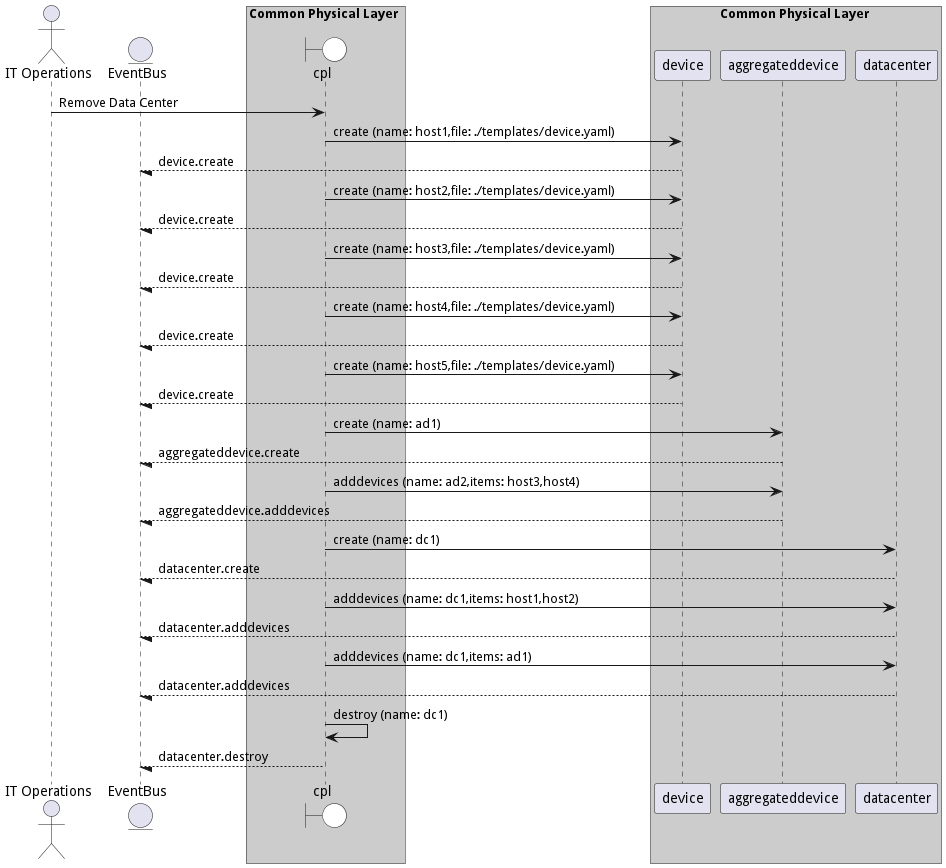
The PlantUML diagram docs/edgemere/cpl/usecases/managedatacenter/RemoveDataCenter.png in madajaju/edgemere, before a commit.
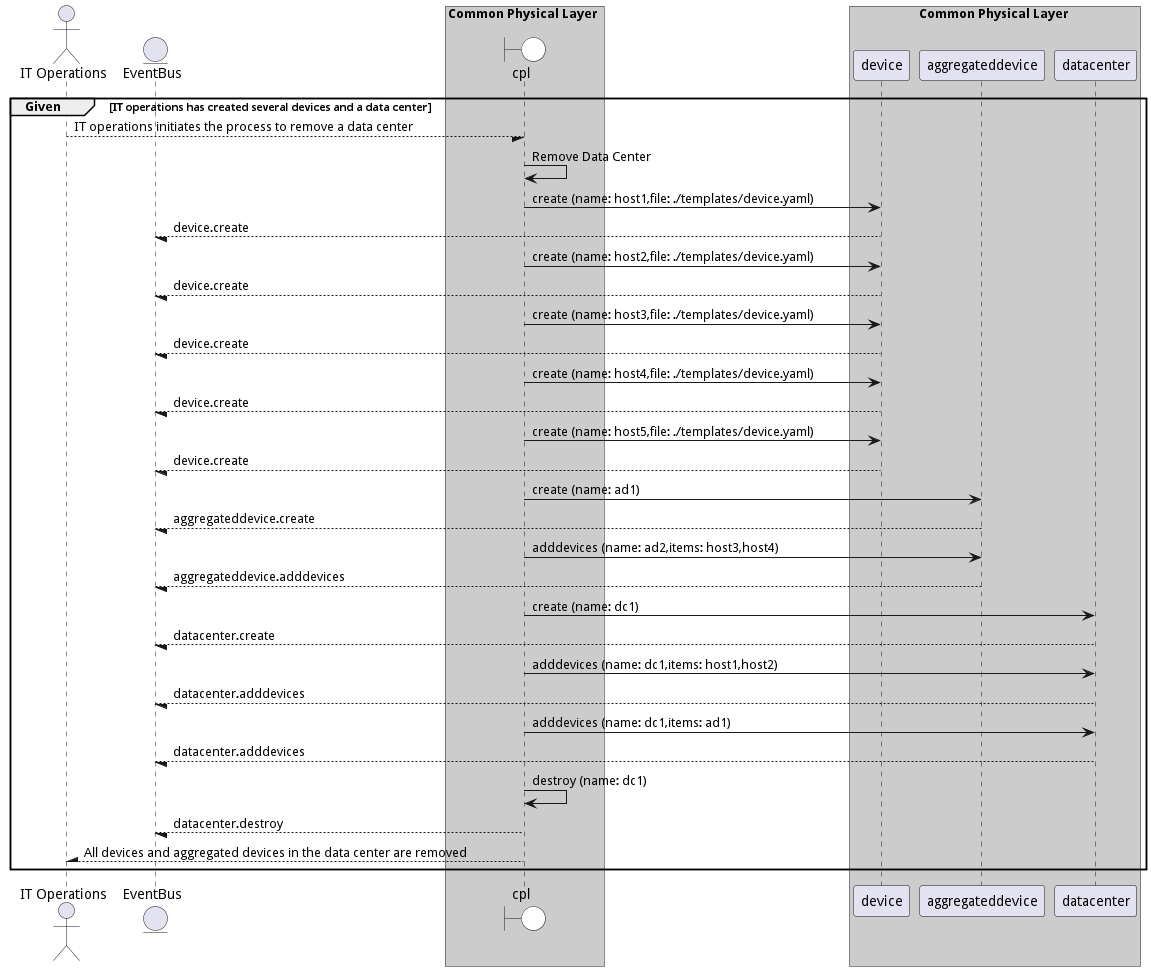
After the commit.

Change to the diagram source:
```diff
@@ -1,4 +1,5 @@
 @startuml
+
 
 actor "IT Operations"
 
@@ -16,8 +17,10 @@
             participant datacenter
     end box
 
+group Given [IT operations has created several devices and a data center]
 
-"IT Operations" -> cpl: Remove Data Center
+"IT Operations" --/ cpl: IT operations initiates the process to remove a data center
+"cpl" -> cpl: Remove Data Center
 
     cpl -> "device": create (name: host1,file: ./templates/device.yaml)
 
@@ -65,4 +68,9 @@
 
 
 
+"IT Operations" /-- cpl: All devices and aggregated devices in the data center are removed
+
+
+end
+
 @enduml
```
